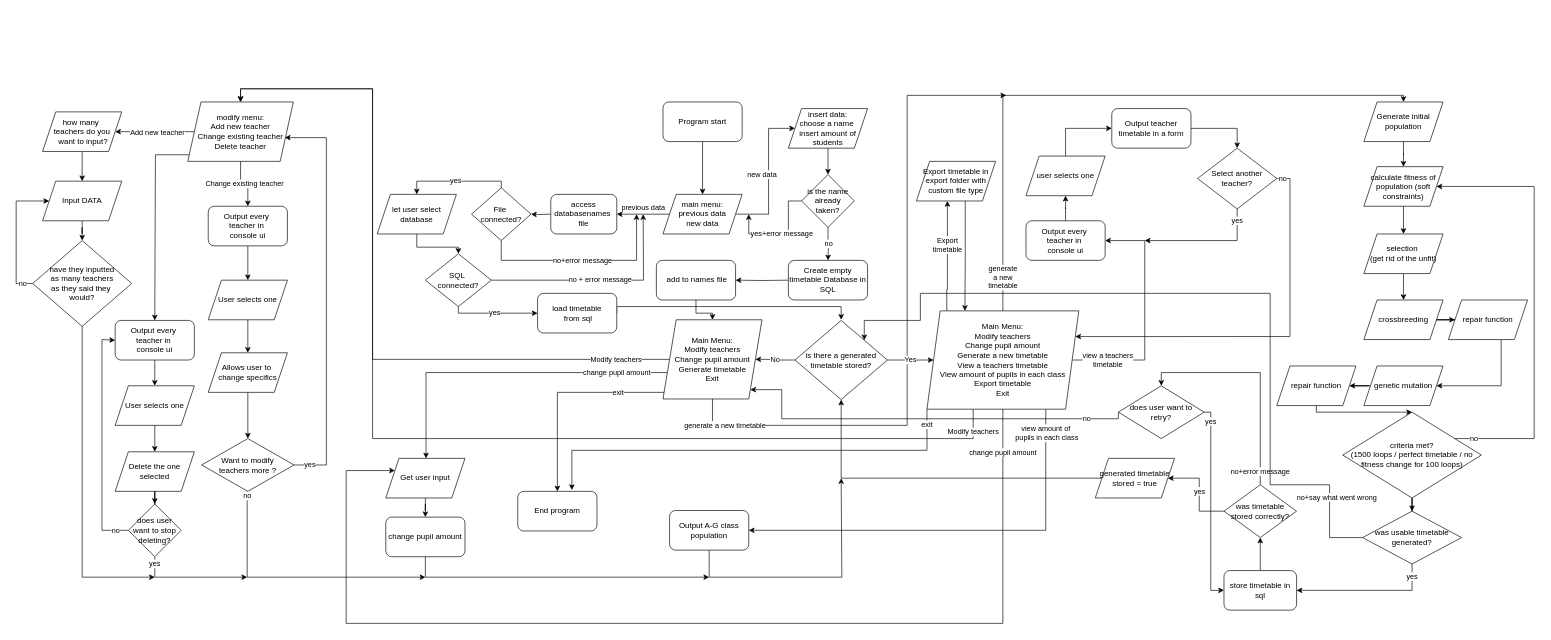
Above: NEA.drawio in Fsmart2164/NEA-v1 (draw.io), before the change. Source tidied: cells renumbered, new cells numbered last; positions are measured from the earlier drawing's top-left corner, leaving out a move shared by most shapes. Both pictures are drawn from the tidied source at 66%, with x=0, y=0 at pixel (16, 88).
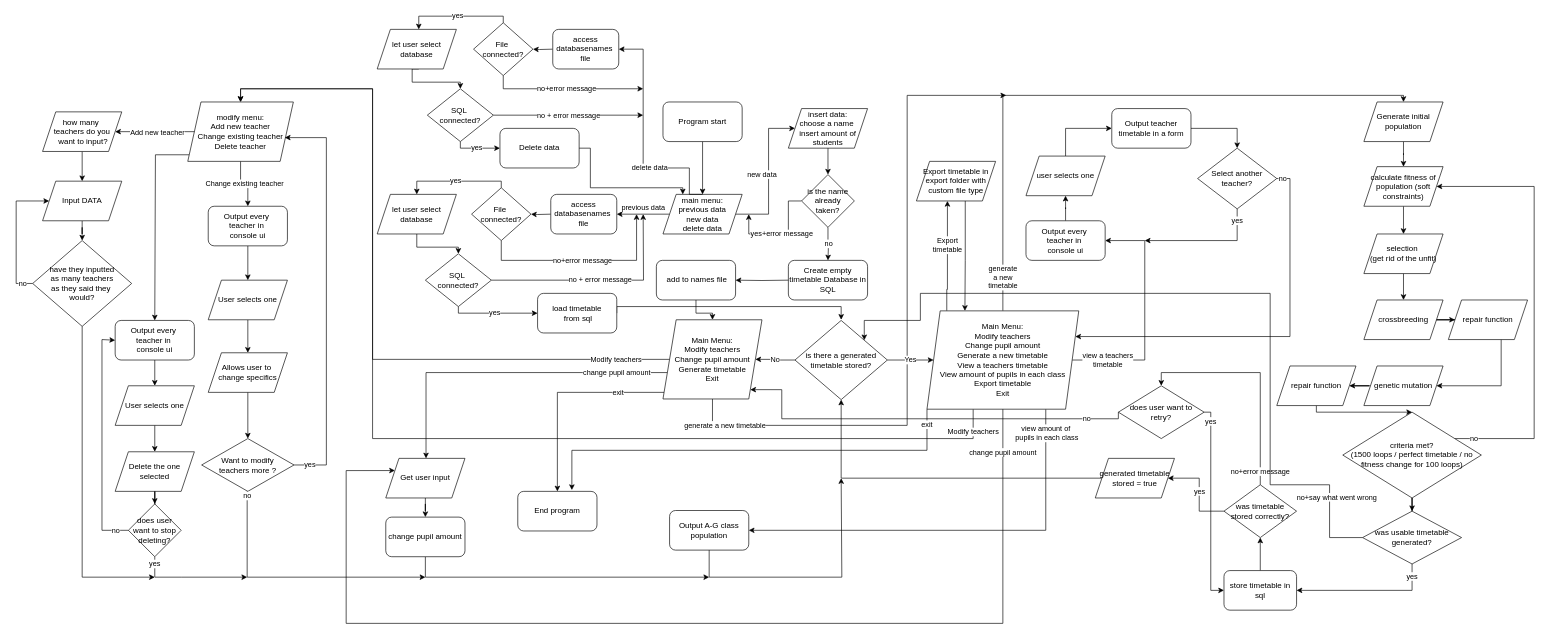
The same diagram, later.

Diff of the diagram source:
```diff
@@
-    <mxCell id="6" value="main menu:&lt;br&gt;previous data&lt;br&gt;new data" style="shape=parallelogram;perimeter=parallelogramPerimeter;whiteSpace=wrap;html=1;fixedSize=1;" parent="1" vertex="1">
+    <mxCell id="6" value="main menu:&lt;br&gt;previous data&lt;br&gt;new data&lt;div&gt;delete data&lt;/div&gt;" style="shape=parallelogram;perimeter=parallelogramPerimeter;whiteSpace=wrap;html=1;fixedSize=1;" parent="1" vertex="1">
       <mxGeometry x="980" y="160" width="120" height="60" as="geometry" />
     </mxCell>
@@
+    <mxCell id="123" style="edgeStyle=orthogonalEdgeStyle;rounded=0;jettySize=auto;html=1;" parent="1" edge="1" target="126">
+      <mxGeometry relative="1" as="geometry">
+        <mxPoint x="610" y="-30" as="sourcePoint" />
+        <Array as="points">
+          <mxPoint x="600" y="-30" />
+          <mxPoint x="600" y="-10" />
+          <mxPoint x="673" y="-10" />
+        </Array>
+      </mxGeometry>
+    </mxCell>
+    <mxCell id="124" value="no + error message" style="edgeStyle=orthogonalEdgeStyle;rounded=0;jettySize=auto;html=1;" parent="1" edge="1" source="126">
+      <mxGeometry relative="1" as="geometry">
+        <mxPoint x="950" y="40" as="targetPoint" />
+      </mxGeometry>
+    </mxCell>
+    <mxCell id="125" value="yes" style="edgeStyle=orthogonalEdgeStyle;rounded=0;jettySize=auto;html=1;entryX=0;entryY=0.5;entryDx=0;entryDy=0;" parent="1" edge="1" source="126" target="134">
+      <mxGeometry relative="1" as="geometry">
+        <Array as="points">
+          <mxPoint x="673" y="90" />
+        </Array>
+      </mxGeometry>
+    </mxCell>
+    <mxCell id="126" value="SQL&amp;nbsp;&lt;div&gt;connected?&lt;/div&gt;" style="rhombus;whiteSpace=wrap;html=1;" parent="1" vertex="1">
+      <mxGeometry x="623" width="100" height="80" as="geometry" />
+    </mxCell>
+    <mxCell id="127" style="edgeStyle=orthogonalEdgeStyle;rounded=0;jettySize=auto;html=1;" parent="1" edge="1" target="130">
+      <mxGeometry relative="1" as="geometry">
+        <mxPoint x="813" y="-60" as="sourcePoint" />
+      </mxGeometry>
+    </mxCell>
+    <mxCell id="128" value="yes" style="edgeStyle=orthogonalEdgeStyle;rounded=0;jettySize=auto;html=1;entryX=0.5;entryY=0;entryDx=0;entryDy=0;" parent="1" edge="1" source="130">
+      <mxGeometry relative="1" as="geometry">
+        <mxPoint x="610" y="-90" as="targetPoint" />
+        <Array as="points">
+          <mxPoint x="738" y="-110" />
+          <mxPoint x="610" y="-110" />
+        </Array>
+      </mxGeometry>
+    </mxCell>
+    <mxCell id="129" value="no+error message" style="edgeStyle=orthogonalEdgeStyle;rounded=0;jettySize=auto;html=1;" parent="1" edge="1" source="130">
+      <mxGeometry relative="1" as="geometry">
+        <mxPoint x="950" as="targetPoint" />
+        <Array as="points">
+          <mxPoint x="738" />
+        </Array>
+      </mxGeometry>
+    </mxCell>
+    <mxCell id="130" value="File&amp;nbsp;&lt;div&gt;connected?&lt;/div&gt;" style="rhombus;whiteSpace=wrap;html=1;" parent="1" vertex="1">
+      <mxGeometry x="693" y="-100" width="90" height="80" as="geometry" />
+    </mxCell>
+    <mxCell id="131" value="access databasenames&amp;nbsp;&lt;div&gt;file&lt;/div&gt;" style="rounded=1;whiteSpace=wrap;html=1;" parent="1" vertex="1">
+      <mxGeometry x="813" y="-90" width="100" height="60" as="geometry" />
+    </mxCell>
+    <mxCell id="132" value="delete data" style="edgeStyle=orthogonalEdgeStyle;rounded=0;jettySize=auto;html=1;exitX=0.5;exitY=0;exitDx=0;exitDy=0;entryX=1;entryY=0.5;entryDx=0;entryDy=0;" parent="1" edge="1" source="6" target="131">
+      <mxGeometry x="-0.31" relative="1" as="geometry">
+        <Array as="points">
+          <mxPoint x="1020" y="160" />
+          <mxPoint x="1020" y="120" />
+          <mxPoint x="950" y="120" />
+          <mxPoint x="950" y="-60" />
+        </Array>
+      </mxGeometry>
+    </mxCell>
+    <mxCell id="133" value="&lt;div&gt;let user select database&lt;/div&gt;" style="shape=parallelogram;perimeter=parallelogramPerimeter;whiteSpace=wrap;html=1;fixedSize=1;" parent="1" vertex="1">
+      <mxGeometry x="547" y="-90" width="120" height="60" as="geometry" />
+    </mxCell>
+    <mxCell id="134" value="Delete data" style="rounded=1;whiteSpace=wrap;html=1;" parent="1" vertex="1">
+      <mxGeometry x="733" y="60" width="120" height="60" as="geometry" />
+    </mxCell>
+    <mxCell id="135" style="edgeStyle=orthogonalEdgeStyle;rounded=0;jettySize=auto;html=1;entryX=0.25;entryY=0;entryDx=0;entryDy=0;exitX=1;exitY=0.5;exitDx=0;exitDy=0;" parent="1" edge="1" source="134" target="6">
+      <mxGeometry x="-0.31" relative="1" as="geometry">
+        <Array as="points">
+          <mxPoint x="870" y="90" />
+          <mxPoint x="870" y="150" />
+          <mxPoint x="1010" y="150" />
+        </Array>
+      </mxGeometry>
+    </mxCell>
```
